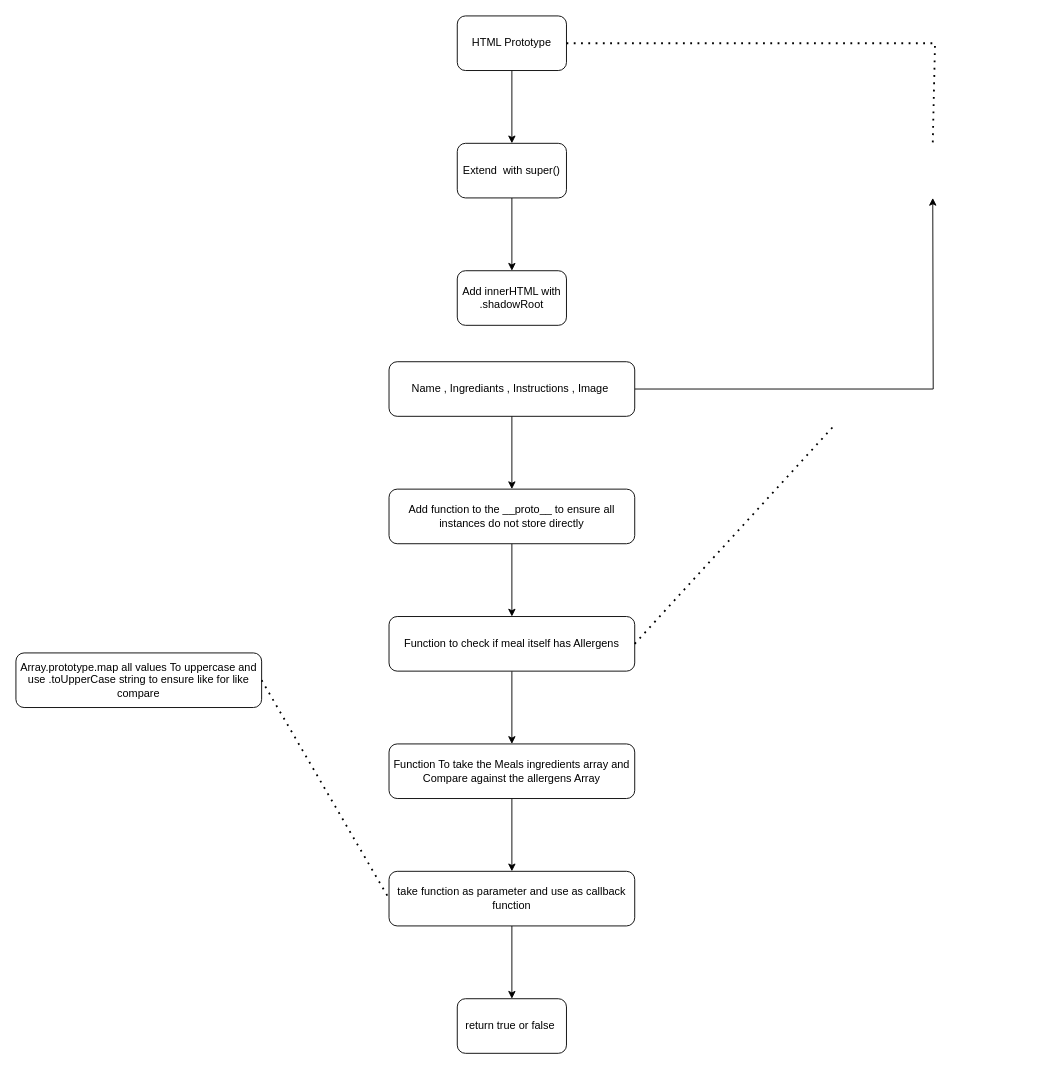
This is diagrams/Component Modal.drawio from alglass0427/ucdpa_javascript_recipes, a draw.io file, before an edit. Source tidied: cells renumbered, new cells numbered last; positions are measured from the earlier drawing's top-left corner, leaving out a move shared by most shapes. Both pictures are drawn from the tidied source at 91%, with x=0, y=0 at pixel (15, 15).
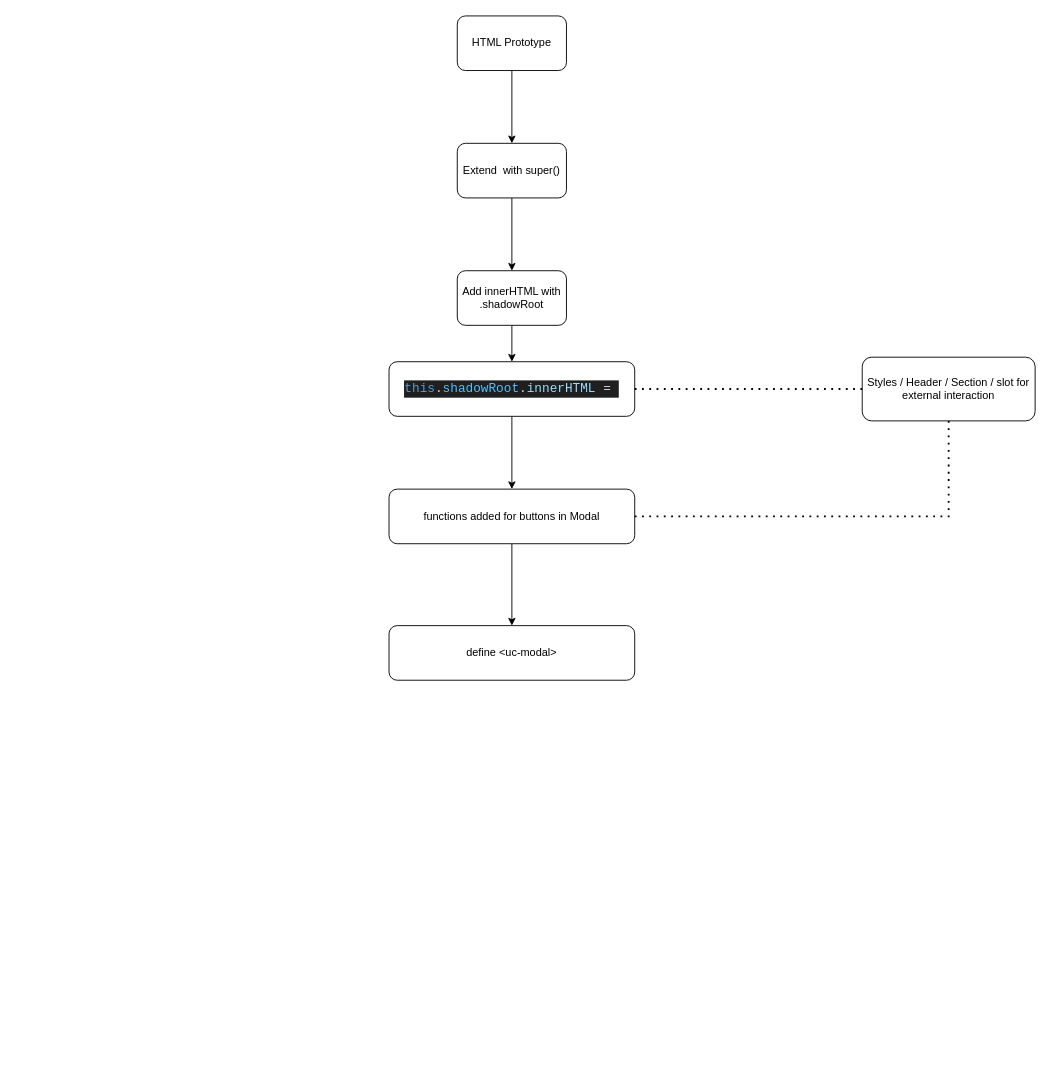
Above is the later version.

Unchanged cells that the change refers to:
```xml
<mxCell id="3" value="HTML Prototype" style="rounded=1;whiteSpace=wrap;html=1;" parent="1" vertex="1">
  <mxGeometry x="485" width="120" height="60" as="geometry" />
</mxCell>
<mxCell id="22" value="Add innerHTML with .shadowRoot" style="whiteSpace=wrap;html=1;rounded=1;" parent="1" vertex="1">
  <mxGeometry x="485" y="280" width="120" height="60" as="geometry" />
</mxCell>
```

The edit, as a diff of the source:
```diff
@@
-    <mxCell id="4" style="edgeStyle=orthogonalEdgeStyle;rounded=0;jettySize=auto;html=1;" parent="1" edge="1" source="6">
-      <mxGeometry relative="1" as="geometry">
-        <mxPoint x="1007.5" y="200" as="targetPoint" />
-      </mxGeometry>
-    </mxCell>
@@
-    <mxCell id="6" value="Name , Ingrediants , Instructions , Image&amp;nbsp;" style="whiteSpace=wrap;html=1;rounded=1;" parent="1" vertex="1">
+    <mxCell id="6" value="&lt;div style=&quot;color: rgb(204, 204, 204); background-color: rgb(31, 31, 31); font-family: Consolas, &amp;quot;Courier New&amp;quot;, monospace; font-size: 14px; line-height: 19px; white-space: pre;&quot;&gt;&lt;span style=&quot;color: #569cd6;&quot;&gt;this&lt;/span&gt;.&lt;span style=&quot;color: #4fc1ff;&quot;&gt;shadowRoot&lt;/span&gt;.&lt;span style=&quot;color: #9cdcfe;&quot;&gt;innerHTML&lt;/span&gt; &lt;span style=&quot;color: #d4d4d4;&quot;&gt;=&lt;/span&gt; &lt;/div&gt;" style="whiteSpace=wrap;html=1;rounded=1;" parent="1" vertex="1">
       <mxGeometry x="410" y="380" width="270" height="60" as="geometry" />
     </mxCell>
-    <mxCell id="7" style="edgeStyle=orthogonalEdgeStyle;rounded=0;jettySize=auto;html=1;" parent="1" edge="1" source="8" target="10">
+    <mxCell id="7" style="edgeStyle=orthogonalEdgeStyle;rounded=0;jettySize=auto;html=1;entryX=0.5;entryY=0;entryDx=0;entryDy=0;" parent="1" edge="1" source="8" target="25">
       <mxGeometry relative="1" as="geometry" />
     </mxCell>
-    <mxCell id="8" value="Add function to the __proto__ to ensure all instances do not store directly" style="whiteSpace=wrap;html=1;rounded=1;" parent="1" vertex="1">
+    <mxCell id="8" value="functions added for buttons in Modal" style="whiteSpace=wrap;html=1;rounded=1;" parent="1" vertex="1">
       <mxGeometry x="410" y="520" width="270" height="60" as="geometry" />
     </mxCell>
-    <mxCell id="9" style="edgeStyle=orthogonalEdgeStyle;rounded=0;jettySize=auto;html=1;exitX=0.5;exitY=1;exitDx=0;exitDy=0;entryX=0.5;entryY=0;entryDx=0;entryDy=0;" parent="1" edge="1" source="10" target="13">
-      <mxGeometry relative="1" as="geometry" />
-    </mxCell>
-    <mxCell id="10" value="Function to check if meal itself has Allergens" style="whiteSpace=wrap;html=1;rounded=1;" parent="1" vertex="1">
-      <mxGeometry x="410" y="660" width="270" height="60" as="geometry" />
-    </mxCell>
-    <mxCell id="11" style="endArrow=none;dashed=1;html=1;dashPattern=1 3;strokeWidth=2;rounded=0;entryX=0.002;entryY=0.216;entryDx=0;entryDy=0;exitX=1;exitY=0.5;exitDx=0;exitDy=0;entryPerimeter=0;" parent="1" edge="1" source="10">
-      <mxGeometry relative="1" as="geometry">
-        <mxPoint x="901.1" y="448" as="targetPoint" />
-      </mxGeometry>
+    <mxCell id="11" style="endArrow=none;dashed=1;html=1;dashPattern=1 3;strokeWidth=2;rounded=0;exitX=1;exitY=0.5;exitDx=0;exitDy=0;entryX=0;entryY=0.5;entryDx=0;entryDy=0;" parent="1" edge="1" source="6" target="24">
+      <mxGeometry relative="1" as="geometry" />
     </mxCell>
-    <mxCell id="12" style="edgeStyle=orthogonalEdgeStyle;rounded=0;jettySize=auto;html=1;" parent="1" edge="1" source="13" target="16">
-      <mxGeometry relative="1" as="geometry" />
-    </mxCell>
-    <mxCell id="13" value="Function To take the Meals ingredients array and Compare against the allergens Array" style="rounded=1;whiteSpace=wrap;html=1;" parent="1" vertex="1">
-      <mxGeometry x="410" y="800" width="270" height="60" as="geometry" />
-    </mxCell>
-    <mxCell id="14" value="Array.prototype.map all values To uppercase and use .toUpperCase string to ensure like for like compare" style="whiteSpace=wrap;html=1;rounded=1;" parent="1" vertex="1">
-      <mxGeometry y="700" width="270" height="60" as="geometry" />
-    </mxCell>
-    <mxCell id="15" style="edgeStyle=orthogonalEdgeStyle;rounded=0;jettySize=auto;html=1;" parent="1" edge="1" source="16" target="18">
-      <mxGeometry relative="1" as="geometry" />
-    </mxCell>
-    <mxCell id="16" value="take function as parameter and use as callback function" style="rounded=1;whiteSpace=wrap;html=1;" parent="1" vertex="1">
-      <mxGeometry x="410" y="940" width="270" height="60" as="geometry" />
-    </mxCell>
-    <mxCell id="17" style="endArrow=none;dashed=1;html=1;dashPattern=1 3;strokeWidth=2;rounded=0;entryX=0;entryY=0.5;entryDx=0;entryDy=0;exitX=1;exitY=0.5;exitDx=0;exitDy=0;" parent="1" edge="1" source="14" target="16">
-      <mxGeometry relative="1" as="geometry" />
-    </mxCell>
-    <mxCell id="18" value="return true or false&amp;nbsp;" style="whiteSpace=wrap;html=1;rounded=1;" parent="1" vertex="1">
-      <mxGeometry x="485" y="1080" width="120" height="60" as="geometry" />
-    </mxCell>
-    <mxCell id="19" style="endArrow=none;dashed=1;html=1;dashPattern=1 3;strokeWidth=2;rounded=0;exitX=1;exitY=0.5;exitDx=0;exitDy=0;entryX=0.5;entryY=0;entryDx=0;entryDy=0;" parent="1" edge="1" source="3">
-      <mxGeometry relative="1" as="geometry">
-        <mxPoint x="1007.5" y="140" as="targetPoint" />
-        <Array as="points">
-          <mxPoint x="1010" y="30" />
-        </Array>
-      </mxGeometry>
-    </mxCell>
@@
+    <mxCell id="23" style="edgeStyle=orthogonalEdgeStyle;rounded=0;jettySize=auto;html=1;exitX=0.5;exitY=1;exitDx=0;exitDy=0;entryX=0.5;entryY=0;entryDx=0;entryDy=0;" parent="1" edge="1" source="22" target="6">
+      <mxGeometry relative="1" as="geometry" />
+    </mxCell>
@@
+    <mxCell id="24" value="Styles / Header / Section / slot for external interaction" style="rounded=1;whiteSpace=wrap;html=1;" parent="1" vertex="1">
+      <mxGeometry x="930" y="375" width="190" height="70" as="geometry" />
+    </mxCell>
+    <mxCell id="25" value="define &amp;lt;uc-modal&amp;gt;" style="whiteSpace=wrap;html=1;rounded=1;" parent="1" vertex="1">
+      <mxGeometry x="410" y="670" width="270" height="60" as="geometry" />
+    </mxCell>
+    <mxCell id="26" style="endArrow=none;dashed=1;html=1;dashPattern=1 3;strokeWidth=2;rounded=0;exitX=1;exitY=0.5;exitDx=0;exitDy=0;entryX=0.5;entryY=1;entryDx=0;entryDy=0;" parent="1" edge="1" source="8" target="24">
+      <mxGeometry relative="1" as="geometry">
+        <Array as="points">
+          <mxPoint x="1025" y="550" />
+        </Array>
+      </mxGeometry>
+    </mxCell>
```
